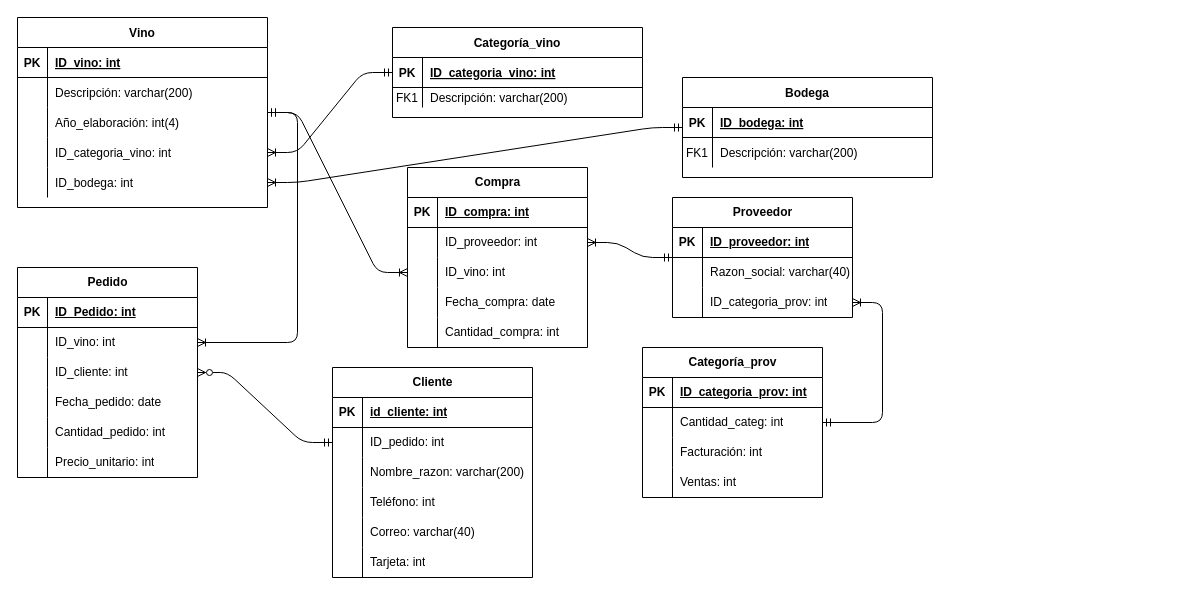
This is Diagrama sin título.drawio from SamYuyita/Un-vino-ahora-gps, a draw.io file, before an edit. Source tidied: cells renumbered, new cells numbered last; positions are measured from the earlier drawing's top-left corner, leaving out a move shared by most shapes. Both pictures are drawn from the tidied source at 100%, with x=0, y=0 at pixel (17, 17).
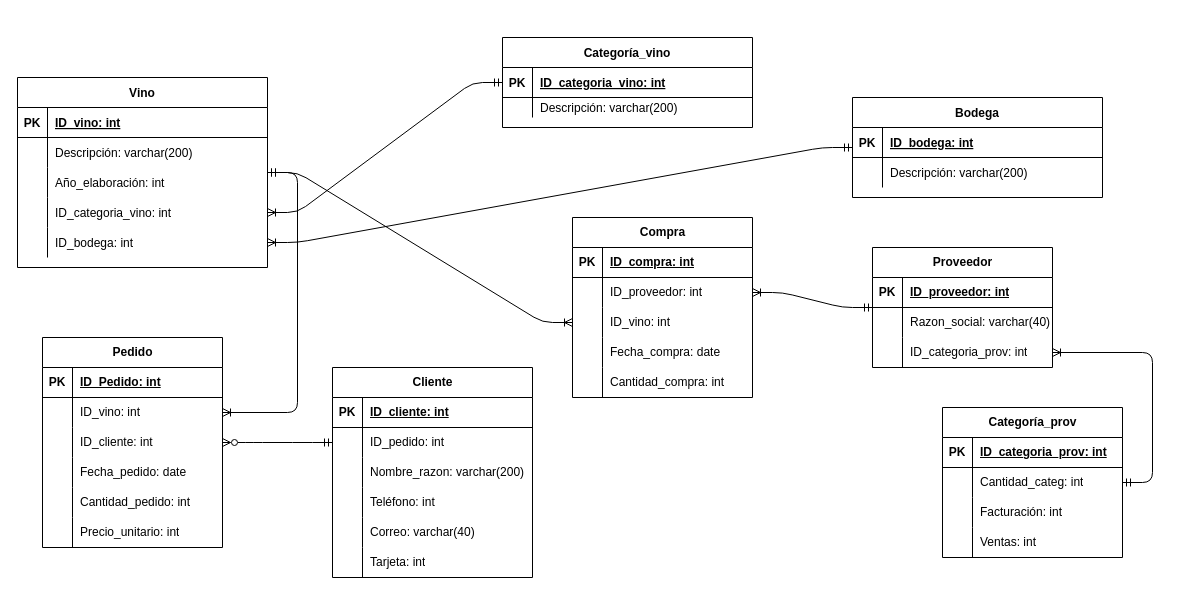
The same diagram, later.

The change refers to these unchanged cells:
```xml
<mxCell id="8" style="shape=partialRectangle;fillColor=none;top=0;left=0;right=0;bottom=0;" parent="4" vertex="1">
  <mxGeometry y="60" width="250" height="20" as="geometry" />
</mxCell>
<mxCell id="15" style="shape=partialRectangle;fillColor=none;top=0;left=0;right=0;bottom=0;" parent="11" vertex="1">
  <mxGeometry y="60" width="250" height="30" as="geometry" />
</mxCell>
<mxCell id="25" style="shape=partialRectangle;fillColor=none;top=0;left=0;right=0;bottom=0;" parent="18" vertex="1">
  <mxGeometry y="90" width="250" height="30" as="geometry" />
</mxCell>
<mxCell id="98" style="shape=tableRow;horizontal=0;startSize=0;swimlaneHead=0;swimlaneBody=0;fillColor=none;top=0;left=0;right=0;bottom=1;" parent="97" vertex="1">
  <mxGeometry y="30" width="200" height="30" as="geometry" />
</mxCell>
```

What changed in the source:
```diff
@@
     <mxCell id="4" value="Categoría_vino" style="shape=table;startSize=30;childLayout=tableLayout;rowLines=0;fontStyle=1;align=center;" parent="1" vertex="1">
-      <mxGeometry x="375" y="10" width="250" height="90" as="geometry" />
+      <mxGeometry x="485" y="20" width="250" height="90" as="geometry" />
     </mxCell>
@@
-    <mxCell id="9" value="FK1" style="shape=partialRectangle;overflow=hidden;fillColor=none;top=0;left=0;bottom=0;right=0;" parent="8" vertex="1">
+    <mxCell id="9" style="shape=partialRectangle;overflow=hidden;fillColor=none;top=0;left=0;bottom=0;right=0;" parent="8" vertex="1">
       <mxGeometry width="30" height="20" as="geometry" />
     </mxCell>
@@
     <mxCell id="11" value="Bodega" style="shape=table;startSize=30;childLayout=tableLayout;rowLines=0;fontStyle=1;align=center;" parent="1" vertex="1">
-      <mxGeometry x="665" y="60" width="250" height="100" as="geometry" />
+      <mxGeometry x="835" y="80" width="250" height="100" as="geometry" />
     </mxCell>
@@
-    <mxCell id="16" value="FK1" style="shape=partialRectangle;overflow=hidden;fillColor=none;top=0;left=0;bottom=0;right=0;" parent="15" vertex="1">
+    <mxCell id="16" style="shape=partialRectangle;overflow=hidden;fillColor=none;top=0;left=0;bottom=0;right=0;" parent="15" vertex="1">
       <mxGeometry width="30" height="30" as="geometry" />
     </mxCell>
@@
     <mxCell id="18" value="Vino" style="shape=table;startSize=30;childLayout=tableLayout;rowLines=0;fontStyle=1;align=center;" parent="1" vertex="1">
-      <mxGeometry width="250" height="190" as="geometry" />
+      <mxGeometry y="60" width="250" height="190" as="geometry" />
     </mxCell>
@@
-    <mxCell id="27" value="Año_elaboración: int(4)" style="shape=partialRectangle;overflow=hidden;fillColor=none;top=0;left=0;bottom=0;right=0;align=left;spacingLeft=6;" parent="25" vertex="1">
+    <mxCell id="27" value="Año_elaboración: int" style="shape=partialRectangle;overflow=hidden;fillColor=none;top=0;left=0;bottom=0;right=0;align=left;spacingLeft=6;" parent="25" vertex="1">
       <mxGeometry x="30" width="220" height="30" as="geometry" />
     </mxCell>
@@
     <mxCell id="34" value="Compra" style="shape=table;startSize=30;childLayout=tableLayout;rowLines=0;fontStyle=1;align=center;html=1;" parent="1" vertex="1">
-      <mxGeometry x="390" y="150" width="180" height="180" as="geometry" />
+      <mxGeometry x="555" y="200" width="180" height="180" as="geometry" />
     </mxCell>
@@
     <mxCell id="51" value="Proveedor" style="shape=table;startSize=30;childLayout=tableLayout;rowLines=0;fontStyle=1;align=center;html=1;" parent="1" vertex="1">
-      <mxGeometry x="655" y="180" width="180" height="120" as="geometry" />
+      <mxGeometry x="855" y="230" width="180" height="120" as="geometry" />
     </mxCell>
@@
     <mxCell id="61" value="Categoría_prov" style="shape=table;startSize=30;childLayout=tableLayout;rowLines=0;fontStyle=1;align=center;html=1;" parent="1" vertex="1">
-      <mxGeometry x="625" y="330" width="180" height="150" as="geometry" />
+      <mxGeometry x="925" y="390" width="180" height="150" as="geometry" />
     </mxCell>
@@
     <mxCell id="74" value="Pedido" style="shape=table;startSize=30;childLayout=tableLayout;rowLines=0;fontStyle=1;align=center;html=1;" parent="1" vertex="1">
-      <mxGeometry y="250" width="180" height="210" as="geometry" />
+      <mxGeometry x="25" y="320" width="180" height="210" as="geometry" />
     </mxCell>
@@
-    <mxCell id="100" value="id_cliente: int" style="shape=partialRectangle;fillColor=none;top=0;left=0;bottom=0;right=0;align=left;spacingLeft=6;fontStyle=5;overflow=hidden;whiteSpace=wrap;html=1;" parent="98" vertex="1">
+    <mxCell id="100" value="ID_cliente: int" style="shape=partialRectangle;fillColor=none;top=0;left=0;bottom=0;right=0;align=left;spacingLeft=6;fontStyle=5;overflow=hidden;whiteSpace=wrap;html=1;" parent="98" vertex="1">
       <mxGeometry x="30" width="170" height="30" as="geometry" />
     </mxCell>
```
